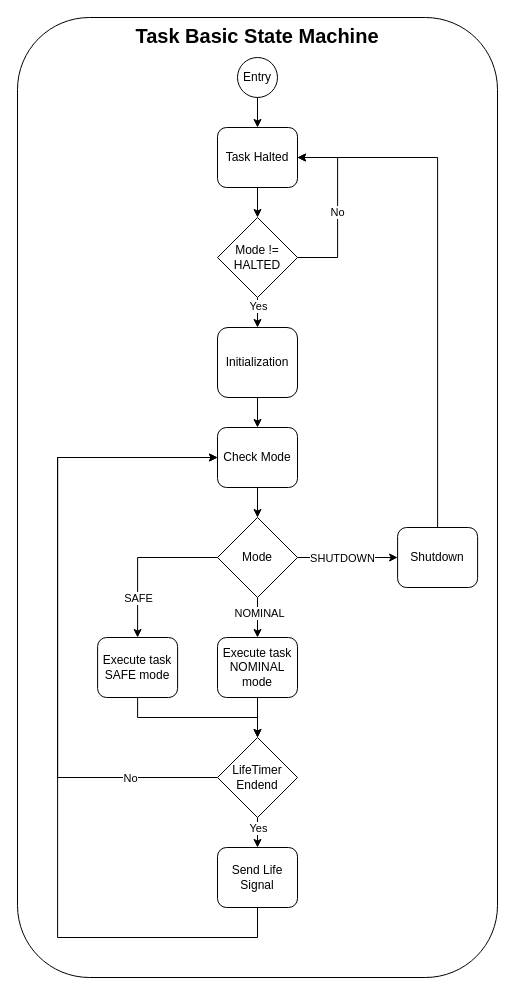
Before: doc/images/Task_Basic_State_Machine.drawio in TOLOSAT/flight-software, a draw.io diagram. Source tidied: cells renumbered, new cells numbered last; positions are measured from the earlier drawing's top-left corner, leaving out a move shared by most shapes. Both pictures are drawn from the tidied source at 100%, with x=0, y=0 at pixel (17, 17).
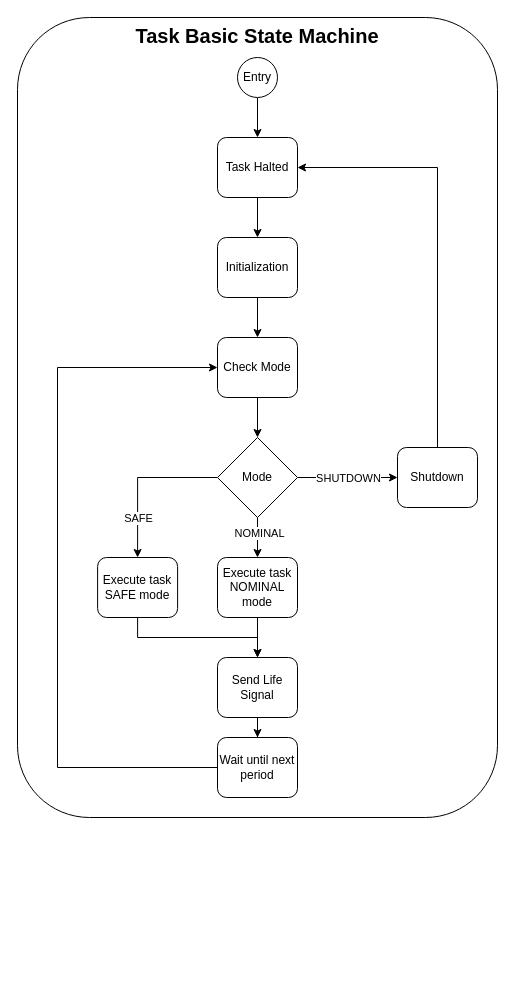
After the change.

The change refers to these unchanged cells:
```xml
<mxCell id="11" style="edgeStyle=orthogonalEdgeStyle;rounded=0;jettySize=auto;html=1;exitX=1;exitY=0.5;exitDx=0;exitDy=0;entryX=0;entryY=0.5;entryDx=0;entryDy=0;" parent="1" edge="1" source="13" target="28">
  <mxGeometry relative="1" as="geometry" />
</mxCell>
```

Diff of the diagram source:
```diff
@@
     <mxCell id="2" value="&lt;font style=&quot;font-size: 20px;&quot;&gt;&lt;b&gt;Task Basic State Machine&lt;/b&gt;&lt;/font&gt;" style="rounded=1;whiteSpace=wrap;html=1;verticalAlign=top;" parent="1" vertex="1">
-      <mxGeometry width="480" height="960" as="geometry" />
+      <mxGeometry width="480" height="800" as="geometry" />
     </mxCell>
@@
     <mxCell id="4" value="Initialization" style="rounded=1;whiteSpace=wrap;html=1;" parent="1" vertex="1">
-      <mxGeometry x="200" y="310" width="80" height="70" as="geometry" />
+      <mxGeometry x="200" y="220" width="80" height="60" as="geometry" />
     </mxCell>
@@
     <mxCell id="6" value="Check Mode" style="rounded=1;whiteSpace=wrap;html=1;" parent="1" vertex="1">
-      <mxGeometry x="200" y="410" width="80" height="60" as="geometry" />
+      <mxGeometry x="200" y="320" width="80" height="60" as="geometry" />
     </mxCell>
@@
     <mxCell id="12" value="SHUTDOWN" style="edgeLabel;html=1;align=center;verticalAlign=middle;" parent="11" vertex="1">
       <mxGeometry x="0.38" y="-2" relative="1" as="geometry">
-        <mxPoint x="-25" y="-2" as="offset" />
+        <mxPoint x="-19" y="-2" as="offset" />
       </mxGeometry>
     </mxCell>
     <mxCell id="13" value="Mode" style="rhombus;whiteSpace=wrap;html=1;" parent="1" vertex="1">
-      <mxGeometry x="200" y="500" width="80" height="80" as="geometry" />
+      <mxGeometry x="200" y="420" width="80" height="80" as="geometry" />
     </mxCell>
@@
-    <mxCell id="16" style="edgeStyle=orthogonalEdgeStyle;rounded=0;jettySize=auto;html=1;exitX=0.5;exitY=1;exitDx=0;exitDy=0;entryX=0.5;entryY=0;entryDx=0;entryDy=0;" parent="1" edge="1" source="17" target="26">
+    <mxCell id="16" style="edgeStyle=orthogonalEdgeStyle;rounded=0;jettySize=auto;html=1;exitX=0.5;exitY=1;exitDx=0;exitDy=0;entryX=0.5;entryY=0;entryDx=0;entryDy=0;" parent="1" edge="1" source="17" target="21">
       <mxGeometry relative="1" as="geometry" />
     </mxCell>
     <mxCell id="17" value="Execute task NOMINAL mode" style="rounded=1;whiteSpace=wrap;html=1;" parent="1" vertex="1">
-      <mxGeometry x="200" y="620" width="80" height="60" as="geometry" />
+      <mxGeometry x="200" y="540" width="80" height="60" as="geometry" />
     </mxCell>
-    <mxCell id="18" style="edgeStyle=orthogonalEdgeStyle;rounded=0;jettySize=auto;html=1;exitX=0.5;exitY=1;exitDx=0;exitDy=0;" parent="1" edge="1" source="19" target="26">
+    <mxCell id="18" style="edgeStyle=orthogonalEdgeStyle;rounded=0;jettySize=auto;html=1;exitX=0.5;exitY=1;exitDx=0;exitDy=0;entryX=0.5;entryY=0;entryDx=0;entryDy=0;" parent="1" edge="1" source="19" target="21">
       <mxGeometry relative="1" as="geometry" />
     </mxCell>
     <mxCell id="19" value="Execute task SAFE mode" style="rounded=1;whiteSpace=wrap;html=1;" parent="1" vertex="1">
-      <mxGeometry x="80.1" y="620" width="80" height="60" as="geometry" />
+      <mxGeometry x="80.1" y="540" width="80" height="60" as="geometry" />
     </mxCell>
-    <mxCell id="20" style="edgeStyle=orthogonalEdgeStyle;rounded=0;jettySize=auto;html=1;exitX=0.5;exitY=1;exitDx=0;exitDy=0;entryX=0;entryY=0.5;entryDx=0;entryDy=0;" parent="1" edge="1" source="21" target="6">
-      <mxGeometry relative="1" as="geometry">
-        <Array as="points">
-          <mxPoint x="240.1" y="920" />
-          <mxPoint x="40.1" y="920" />
-          <mxPoint x="40.1" y="440" />
-        </Array>
-      </mxGeometry>
-    </mxCell>
+    <mxCell id="36" style="edgeStyle=orthogonalEdgeStyle;rounded=0;jettySize=auto;html=1;" parent="1" edge="1" source="21" target="39">
+      <mxGeometry relative="1" as="geometry" />
+    </mxCell>
     <mxCell id="21" value="Send Life Signal" style="rounded=1;whiteSpace=wrap;html=1;" parent="1" vertex="1">
-      <mxGeometry x="200" y="830" width="80" height="60" as="geometry" />
+      <mxGeometry x="200" y="640" width="80" height="60" as="geometry" />
     </mxCell>
-    <mxCell id="22" style="edgeStyle=orthogonalEdgeStyle;rounded=0;jettySize=auto;html=1;exitX=0.5;exitY=1;exitDx=0;exitDy=0;entryX=0.5;entryY=0;entryDx=0;entryDy=0;" parent="1" edge="1" source="26" target="21">
-      <mxGeometry relative="1" as="geometry" />
-    </mxCell>
-    <mxCell id="23" value="Yes" style="edgeLabel;html=1;align=center;verticalAlign=middle;" parent="22" vertex="1">
-      <mxGeometry x="-0.5" y="-1" relative="1" as="geometry">
-        <mxPoint x="1" y="2" as="offset" />
-      </mxGeometry>
-    </mxCell>
-    <mxCell id="24" style="edgeStyle=orthogonalEdgeStyle;rounded=0;jettySize=auto;html=1;exitX=0;exitY=0.5;exitDx=0;exitDy=0;entryX=0;entryY=0.5;entryDx=0;entryDy=0;" parent="1" edge="1" source="26" target="6">
-      <mxGeometry relative="1" as="geometry">
-        <Array as="points">
-          <mxPoint x="40.1" y="760" />
-          <mxPoint x="40.1" y="440" />
-        </Array>
-      </mxGeometry>
-    </mxCell>
-    <mxCell id="25" value="No" style="edgeLabel;html=1;align=center;verticalAlign=middle;" parent="24" vertex="1">
-      <mxGeometry x="-0.8" y="2" relative="1" as="geometry">
-        <mxPoint x="-24" y="-2" as="offset" />
-      </mxGeometry>
-    </mxCell>
-    <mxCell id="26" value="LifeTimer Endend" style="rhombus;whiteSpace=wrap;html=1;" parent="1" vertex="1">
-      <mxGeometry x="200" y="720" width="80" height="80" as="geometry" />
-    </mxCell>
@@
     <mxCell id="28" value="Shutdown" style="rounded=1;whiteSpace=wrap;html=1;" parent="1" vertex="1">
-      <mxGeometry x="380.1" y="510" width="80" height="60" as="geometry" />
+      <mxGeometry x="380" y="430" width="80" height="60" as="geometry" />
     </mxCell>
-    <mxCell id="29" style="edgeStyle=orthogonalEdgeStyle;rounded=0;jettySize=auto;html=1;exitX=0.5;exitY=1;exitDx=0;exitDy=0;entryX=0.5;entryY=0;entryDx=0;entryDy=0;" parent="1" edge="1" source="30" target="35">
-      <mxGeometry relative="1" as="geometry" />
-    </mxCell>
+    <mxCell id="37" style="edgeStyle=orthogonalEdgeStyle;rounded=0;jettySize=auto;html=1;exitX=0.5;exitY=1;exitDx=0;exitDy=0;entryX=0.5;entryY=0;entryDx=0;entryDy=0;" parent="1" edge="1" source="30" target="4">
+      <mxGeometry relative="1" as="geometry" />
+    </mxCell>
     <mxCell id="30" value="Task Halted" style="rounded=1;whiteSpace=wrap;html=1;" parent="1" vertex="1">
-      <mxGeometry x="200" y="110" width="80" height="60" as="geometry" />
+      <mxGeometry x="200" y="120" width="80" height="60" as="geometry" />
     </mxCell>
-    <mxCell id="31" style="edgeStyle=orthogonalEdgeStyle;rounded=0;jettySize=auto;html=1;exitX=0.5;exitY=1;exitDx=0;exitDy=0;entryX=0.5;entryY=0;entryDx=0;entryDy=0;" parent="1" edge="1" source="35" target="4">
-      <mxGeometry relative="1" as="geometry" />
-    </mxCell>
-    <mxCell id="32" value="Yes" style="edgeLabel;html=1;align=center;verticalAlign=middle;" parent="31" vertex="1">
-      <mxGeometry x="-0.5" y="3" relative="1" as="geometry">
-        <mxPoint x="-3" as="offset" />
-      </mxGeometry>
-    </mxCell>
-    <mxCell id="33" style="edgeStyle=orthogonalEdgeStyle;rounded=0;jettySize=auto;html=1;exitX=1;exitY=0.5;exitDx=0;exitDy=0;entryX=1;entryY=0.5;entryDx=0;entryDy=0;" parent="1" edge="1" source="35" target="30">
-      <mxGeometry relative="1" as="geometry">
-        <Array as="points">
-          <mxPoint x="320.1" y="240" />
-          <mxPoint x="320.1" y="140" />
-        </Array>
-      </mxGeometry>
-    </mxCell>
-    <mxCell id="34" value="No" style="edgeLabel;html=1;align=center;verticalAlign=middle;" parent="33" vertex="1">
-      <mxGeometry x="-0.05" y="1" relative="1" as="geometry" />
-    </mxCell>
-    <mxCell id="35" value="Mode != HALTED" style="rhombus;whiteSpace=wrap;html=1;" parent="1" vertex="1">
-      <mxGeometry x="200" y="200" width="80" height="80" as="geometry" />
-    </mxCell>
+    <mxCell id="38" style="edgeStyle=orthogonalEdgeStyle;rounded=0;jettySize=auto;html=1;entryX=0;entryY=0.5;entryDx=0;entryDy=0;" parent="1" edge="1" source="39" target="6">
+      <mxGeometry relative="1" as="geometry">
+        <Array as="points">
+          <mxPoint x="40" y="750" />
+          <mxPoint x="40" y="350" />
+        </Array>
+      </mxGeometry>
+    </mxCell>
+    <mxCell id="39" value="Wait until next period" style="rounded=1;whiteSpace=wrap;html=1;" parent="1" vertex="1">
+      <mxGeometry x="200" y="720" width="80" height="60" as="geometry" />
+    </mxCell>
```
